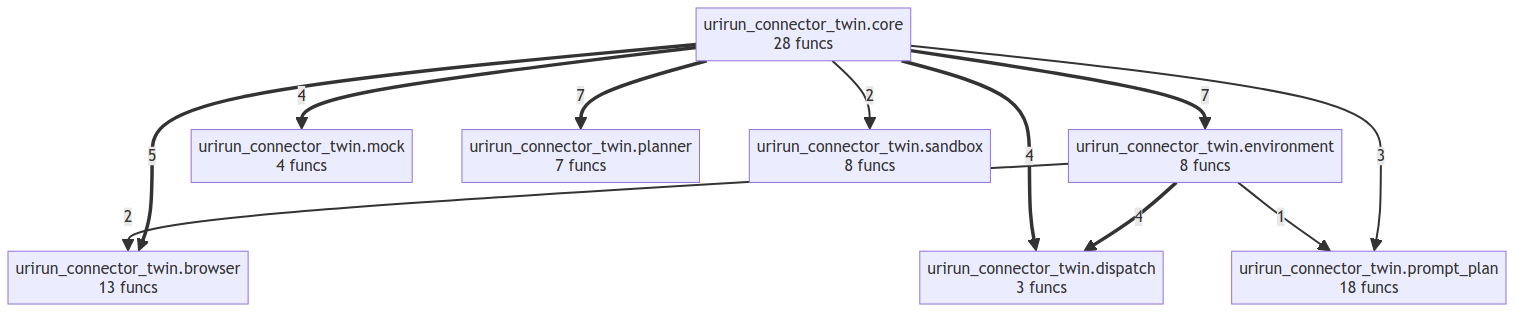
if-uri/urirun-connector-twin keeps this Mermaid diagram as project/compact_flow.png. Above is the earlier version. Its source is kept beside it as project/compact_flow.mmd.
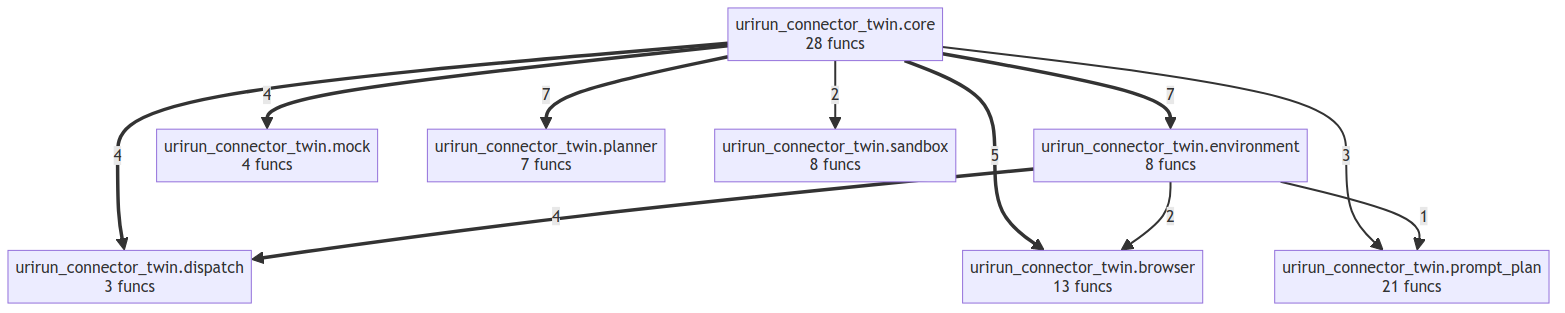
Later version of the same file.

Change to the diagram source:
```diff
@@ -5,15 +5,15 @@
     urirun_connector_twin__environment["urirun_connector_twin.environment<br/>8 funcs"]
     urirun_connector_twin__mock["urirun_connector_twin.mock<br/>4 funcs"]
     urirun_connector_twin__planner["urirun_connector_twin.planner<br/>7 funcs"]
-    urirun_connector_twin__prompt_plan["urirun_connector_twin.prompt_plan<br/>18 funcs"]
+    urirun_connector_twin__prompt_plan["urirun_connector_twin.prompt_plan<br/>21 funcs"]
     urirun_connector_twin__sandbox["urirun_connector_twin.sandbox<br/>8 funcs"]
     urirun_connector_twin__core ==>|7| urirun_connector_twin__environment
     urirun_connector_twin__core ==>|7| urirun_connector_twin__planner
     urirun_connector_twin__core ==>|5| urirun_connector_twin__browser
-    urirun_connector_twin__environment ==>|4| urirun_connector_twin__dispatch
     urirun_connector_twin__core ==>|4| urirun_connector_twin__mock
     urirun_connector_twin__core ==>|4| urirun_connector_twin__dispatch
+    urirun_connector_twin__environment ==>|4| urirun_connector_twin__dispatch
     urirun_connector_twin__core -->|3| urirun_connector_twin__prompt_plan
+    urirun_connector_twin__core -->|2| urirun_connector_twin__sandbox
     urirun_connector_twin__environment -->|2| urirun_connector_twin__browser
-    urirun_connector_twin__core -->|2| urirun_connector_twin__sandbox
     urirun_connector_twin__environment -->|1| urirun_connector_twin__prompt_plan
```
